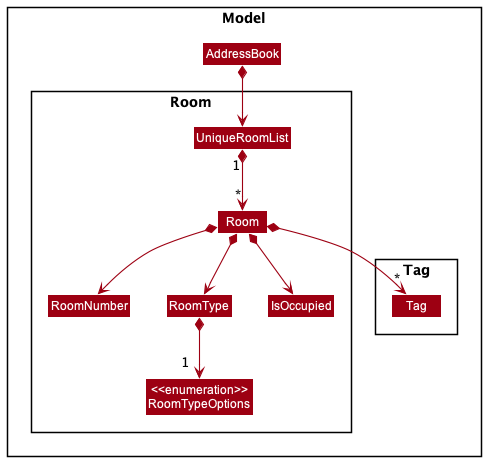
Before: docs/images/room/RoomClass.png, a diagram exported from PlantUML (nus-cs2103-AY2021S2/tp). Its diagram source:
```plantuml
@startuml
!include ../style.puml
skinparam arrowThickness 1.1
skinparam arrowColor MODEL_COLOR
skinparam classBackgroundColor MODEL_COLOR

package Model {
Class AddressBook
package Room {
Class UniqueRoomList
Class Room
Class RoomNumber {
    departureTime : Date
}
Class RoomType
Class IsOccupied
Enum "<<enumeration>>\nRoomTypeOptions" as RoomTypeOptions
}
package Tag {
Class Tag
}
}

AddressBook *--> UniqueRoomList
UniqueRoomList "1" *--> "*" Room
Room *--> RoomNumber
Room *--> RoomType
Room *--> IsOccupied
Room *--> "*" Tag
RoomType *--> "1  " RoomTypeOptions
@enduml
```
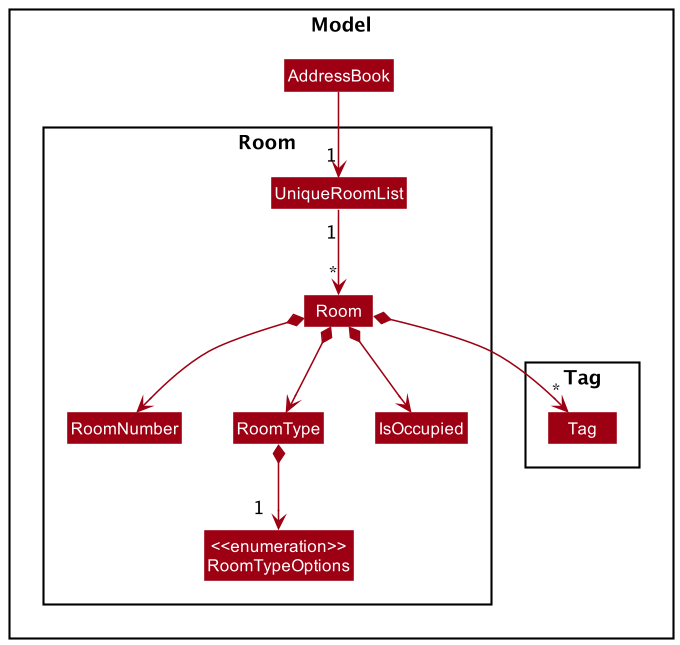
The same diagram one commit later.

Commit message:
Fix(DG): Update room implementation section

What changed in the source:
```diff
@@ -3,6 +3,7 @@
 skinparam arrowThickness 1.1
 skinparam arrowColor MODEL_COLOR
 skinparam classBackgroundColor MODEL_COLOR
+
 
 package Model {
 Class AddressBook
@@ -21,8 +22,8 @@
 }
 }
 
-AddressBook *--> UniqueRoomList
-UniqueRoomList "1" *--> "*" Room
+AddressBook --> "1" UniqueRoomList
+UniqueRoomList "1" --> "*" Room
 Room *--> RoomNumber
 Room *--> RoomType
 Room *--> IsOccupied
```
